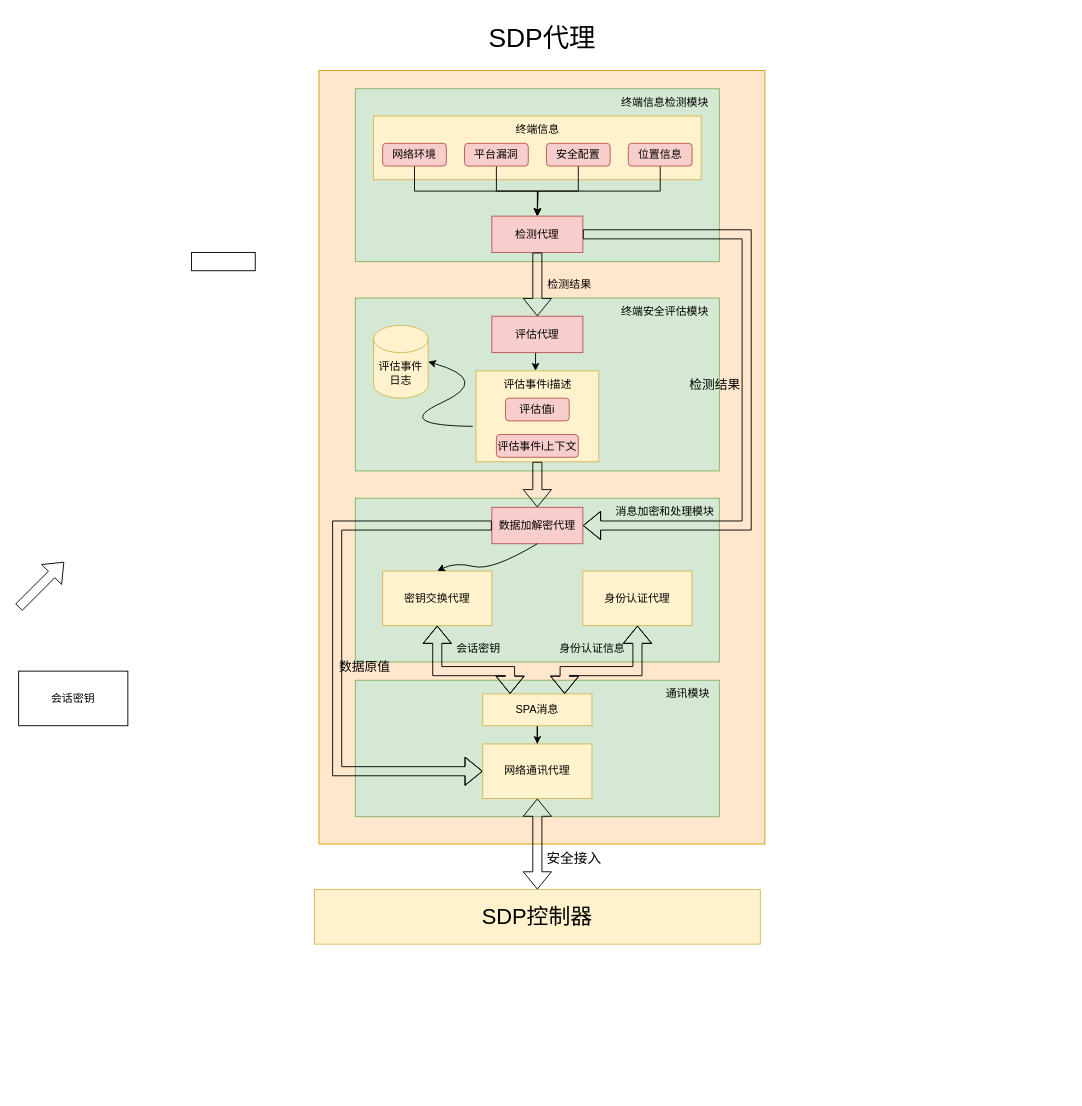
Above: testDirectory/终端安全接入框架.drawio in Moose1273/- (draw.io), before the change. Source tidied: cells renumbered, new cells numbered last; positions are measured from the earlier drawing's top-left corner, leaving out a move shared by most shapes. Both pictures are drawn from the tidied source at 91%, with x=0, y=0 at pixel (18, 15).
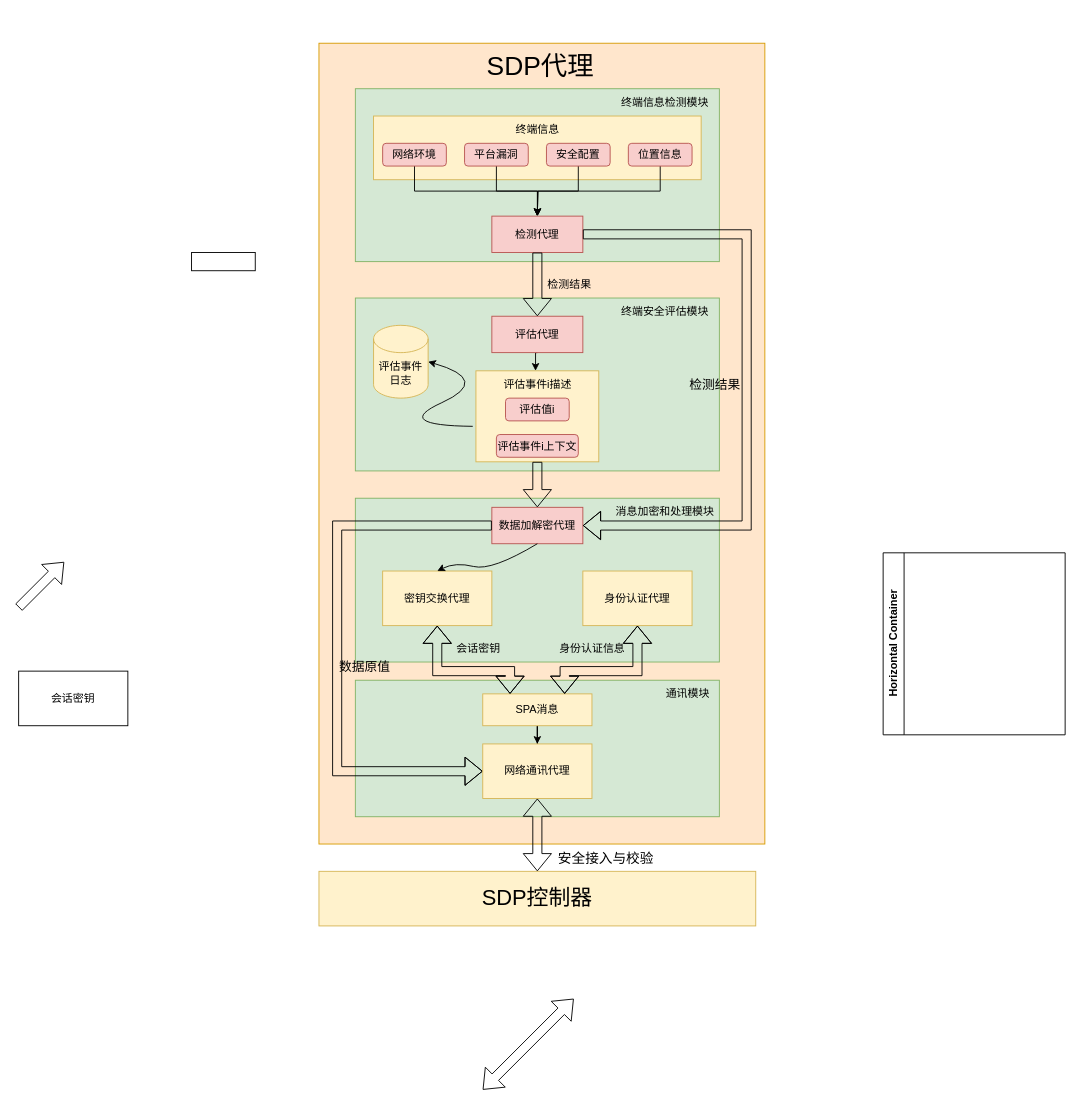
After the change.

Commit message (it also covers changes not shown here):
更新终端安全接入框架.drawio

The edit, as a diff of the source:
```diff
@@
     <mxCell id="2" style="rounded=0;whiteSpace=wrap;html=1;fillColor=#ffe6cc;strokeColor=#d79b00;" parent="1" vertex="1">
-      <mxGeometry x="330" y="60" width="490" height="850" as="geometry" />
+      <mxGeometry x="330" y="30" width="490" height="880" as="geometry" />
     </mxCell>
@@
     <mxCell id="50" value="&lt;font style=&quot;font-size: 24px;&quot;&gt;SDP控制器&lt;/font&gt;" style="rounded=0;whiteSpace=wrap;html=1;fillColor=#fff2cc;strokeColor=#d6b656;" parent="1" vertex="1">
-      <mxGeometry x="325" y="960" width="490" height="60" as="geometry" />
+      <mxGeometry x="330" y="940" width="480" height="60" as="geometry" />
     </mxCell>
@@
     <mxCell id="52" value="&lt;font style=&quot;font-size: 29px;&quot;&gt;SDP代理&lt;/font&gt;" style="text;html=1;align=center;verticalAlign=middle;strokeColor=none;fillColor=none;" parent="1" vertex="1">
-      <mxGeometry x="505" width="140" height="50" as="geometry" />
+      <mxGeometry x="502.5" y="30" width="140" height="50" as="geometry" />
     </mxCell>
@@
-    <mxCell id="54" value="&lt;font style=&quot;font-size: 15px;&quot;&gt;安全接入&lt;/font&gt;" style="text;html=1;align=center;verticalAlign=middle;strokeColor=none;fillColor=none;" parent="1" vertex="1">
-      <mxGeometry x="570" y="910" width="80" height="30" as="geometry" />
+    <mxCell id="54" value="&lt;font style=&quot;font-size: 15px;&quot;&gt;安全接入与校验&lt;/font&gt;" style="text;html=1;align=center;verticalAlign=middle;strokeColor=none;fillColor=none;" parent="1" vertex="1">
+      <mxGeometry x="580" y="910" width="130" height="30" as="geometry" />
     </mxCell>
+    <mxCell id="55" value="Horizontal Container" style="swimlane;horizontal=0;whiteSpace=wrap;html=1;" parent="1" vertex="1">
+      <mxGeometry x="950" y="590" width="200" height="200" as="geometry" />
+    </mxCell>
+    <mxCell id="56" style="shape=flexArrow;endArrow=classic;startArrow=classic;html=1;rounded=0;" parent="1" edge="1">
+      <mxGeometry relative="1" as="geometry">
+        <mxPoint x="510" y="1180" as="sourcePoint" />
+        <mxPoint x="610" y="1080" as="targetPoint" />
+      </mxGeometry>
+    </mxCell>
```
